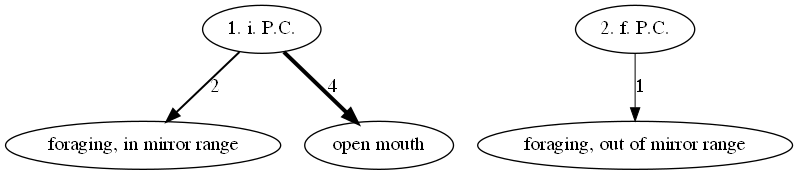
nicolkraus/AnalyzeBehavior keeps this Graphviz diagram as images/interactions.gv.png. Above is the earlier version. Its source is kept beside it as images/interactions.gv.
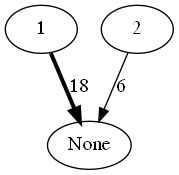
The same diagram one commit later.

The edit, as a diff of the source:
```diff
@@ -1,10 +1,6 @@
 strict digraph  {
-"1. i. P.C.";
-"foraging, in mirror range";
-"open mouth";
-"2. f. P.C.";
-"foraging, out of mirror range";
-"1. i. P.C." -> "foraging, in mirror range"  [label=2, penwidth="1.5"];
-"1. i. P.C." -> "open mouth"  [label=4, penwidth="3.0"];
-"2. f. P.C." -> "foraging, out of mirror range"  [label=1, penwidth="0.75"];
+Left;
+Right;
+Left -> Right  [label=279, penwidth="1.6065259117082533"];
+Right -> Left  [label=521, penwidth="3.0"];
 }
```
